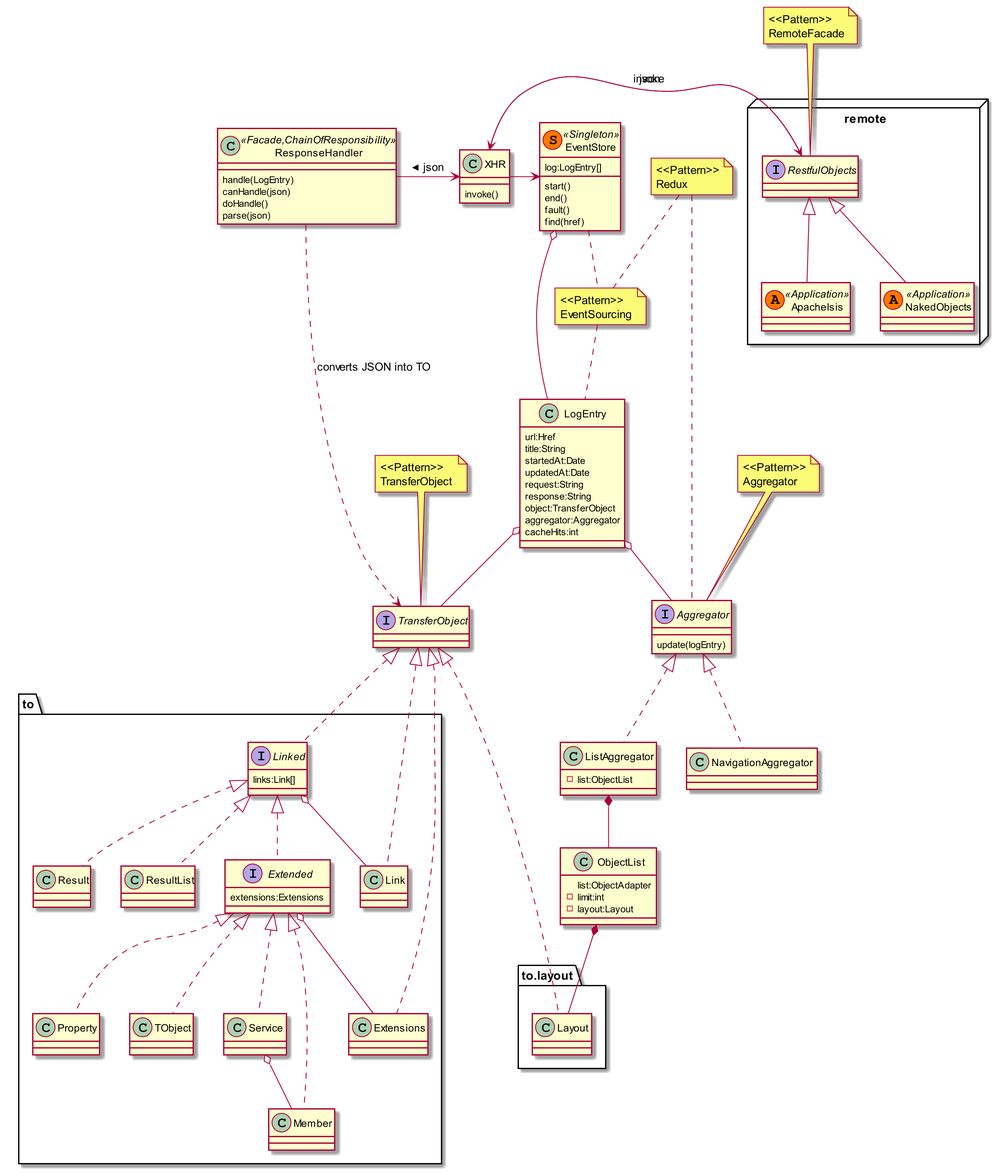
The PlantUML diagram incubator/clients/kroviz/adoc/modules/kroviz/partials/design/uml-overview.png in apache/causeway, before a commit. The source it was exported from:
```plantuml
@startuml
skinparam dpi 200


class XHR {
    invoke()
}

class EventStore<<(S,#FF7700) Singleton>> {
    log:LogEntry[]
    start()
    end()
    fault()
    find(href)
}

class LogEntry {
    url:Href
    title:String
    startedAt:Date
    updatedAt:Date
    request:String
    response:String
    object:TransferObject
    aggregator:Aggregator
    cacheHits:int
}
EventStore o-- LogEntry
LogEntry o-- TransferObject
LogEntry o-- Aggregator

class ResponseHandler<<Facade,ChainOfResponsibility>>{
    handle(LogEntry)
    canHandle(json)
    doHandle()
    parse(json)
}
ResponseHandler -> XHR : json <
ResponseHandler .> TransferObject : converts JSON into TO

XHR -> EventStore


package remote <<Node>> {
interface RestfulObjects
    class ApacheIsis<<(A, #FF7700)Application>>
    class NakedObjects<<(A, #FF7700)Application>>
}
RestfulObjects <|-- ApacheIsis
RestfulObjects <|-- NakedObjects
XHR -> RestfulObjects : invoke
XHR <- RestfulObjects : json


interface TransferObject
TransferObject <|.. to.Link
TransferObject <|.. to.Extensions
TransferObject <|.. to.layout.Layout
interface to.Linked{
    links:Link[]
}
TransferObject <|.. to.Linked
to.Linked <|.. to.Result
to.Linked <|.. to.ResultList
to.Linked <|.. to.Extended

interface to.Extended{
    extensions:Extensions
}
to.Linked o-- to.Link
to.Extended o-- to.Extensions
to.Extended <|.. to.Property
to.Extended <|.. to.TObject
to.Extended <|.. to.Service
to.Extended <|.. to.Member
to.Service o-- to.Member

interface Aggregator {
    update(logEntry)
}
class ListAggregator {
    -list:ObjectList
}
ListAggregator *-- ObjectList
Aggregator <|.. ListAggregator

class NavigationAggregator
Aggregator <|.. NavigationAggregator

class ObjectList {
    list:ObjectAdapter
    -limit:int
    -layout:Layout
}
ObjectList *-- to.layout.Layout

note "<<Pattern>>\nEventSourcing" as PES
EventStore .. PES
PES .. LogEntry

note "<<Pattern>>\nRedux" as PR
PR .. PES
PR .. Aggregator

note "<<Pattern>>\nRemoteFacade" as PRF
PRF .. RestfulObjects

note "<<Pattern>>\nTransferObject" as PTO
PTO .. TransferObject

note "<<Pattern>>\nAggregator" as PA
PA .. Aggregator
@enduml
```
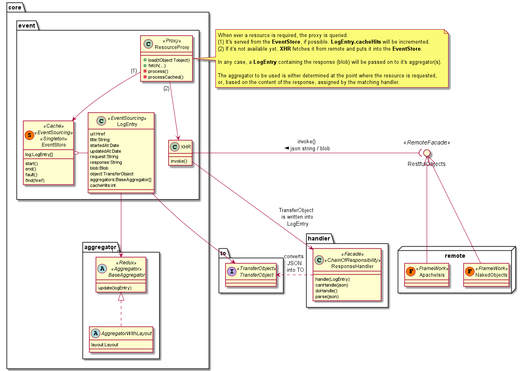
Later version of the same file.

Diff of the diagram source:
```diff
@@ -1,113 +1,89 @@
 @startuml
-skinparam dpi 200
 
-
-class XHR {
-    invoke()
+package handler {
+    class ResponseHandler<<Facade>><<ChainOfResponsibility>>{
+        handle(LogEntry)
+        canHandle(json)
+        doHandle()
+        parse(json)
+    }
 }
 
-class EventStore<<(S,#FF7700) Singleton>> {
-    log:LogEntry[]
-    start()
-    end()
-    fault()
-    find(href)
+package core {
+    package event {
+        class XHR {
+            invoke()
+        }
+        class EventStore<<Cache>><<EventSourcing>><<(S,#FF7700) Singleton>> {
+            log:LogEntry[]
+            start()
+            end()
+            fault()
+            find(href)
+        }
+        class LogEntry<<EventSourcing>> {
+            url:Href
+            title:String
+            startedAt:Date
+            updatedAt:Date
+            request:String
+            response:String
+            blob:Blob
+            object:TransferObject
+            aggregators:BaseAggregator[]
+            cacheHits:int
+        }
+        class ResourceProxy<<Proxy>> {
+            + load(tObject:Tobject)
+            + fetch(...)
+            - process()
+            - processCached()
+        }
+
+        EventStore o- LogEntry
+        ResourceProxy "(1)"--> EventStore
+        ResourceProxy "(2)"--> XHR
+    }
+
+    package aggregator {
+        abstract  BaseAggregator<<Redux>><<Aggregator>> {
+            update(logEntry)
+        }
+        abstract AggregatorWithLayout {
+            layout:Layout
+        }
+        BaseAggregator <|.. AggregatorWithLayout
+    }
 }
 
-class LogEntry {
-    url:Href
-    title:String
-    startedAt:Date
-    updatedAt:Date
-    request:String
-    response:String
-    object:TransferObject
-    aggregator:Aggregator
-    cacheHits:int
+package "to" {
+    interface TransferObject<<TransferObject>>
 }
-EventStore o-- LogEntry
-LogEntry o-- TransferObject
-LogEntry o-- Aggregator
 
-class ResponseHandler<<Facade,ChainOfResponsibility>>{
-    handle(LogEntry)
-    canHandle(json)
-    doHandle()
-    parse(json)
+XHR --> ResponseHandler : TransferObject \n is written into \n LogEntry
+LogEntry -> TransferObject
+LogEntry -->"1..n" BaseAggregator
+
+ResponseHandler .> TransferObject : converts \n JSON \n into TO
+
+circle RestfulObjects<<RemoteFacade>>
+package remote <<Node>> {
+    class ApacheIsis<<(F, #FF7700)FrameWork>>
+    class NakedObjects<<(F, #FF7700)FrameWork>>
+    RestfulObjects <|- ApacheIsis
+    RestfulObjects <|-- NakedObjects
 }
-ResponseHandler -> XHR : json <
-ResponseHandler .> TransferObject : converts JSON into TO
+XHR -( RestfulObjects : invoke() \njson string / blob <
 
-XHR -> EventStore
+note right of ResourceProxy
+When ever a resource is required, the proxy is queried.
+(1) It's served from the <b>EventStore</b>, if possible. <b>LogEntry.cacheHits</b> will be incremented.
+(2) If it's not available yet, <b>XHR</b> fetches it from remote and puts it into the <b>EventStore</b>.
 
+In any case, a <b>LogEntry</b> containing the response (blob) will be passed on to it's aggregator(s).
 
-package remote <<Node>> {
-interface RestfulObjects
-    class ApacheIsis<<(A, #FF7700)Application>>
-    class NakedObjects<<(A, #FF7700)Application>>
-}
-RestfulObjects <|-- ApacheIsis
-RestfulObjects <|-- NakedObjects
-XHR -> RestfulObjects : invoke
-XHR <- RestfulObjects : json
+The aggregator to be used is either determined at the point where the resource is requested,
+or, based on the content of the response, assigned by the matching handler.
+end note
 
-
-interface TransferObject
-TransferObject <|.. to.Link
-TransferObject <|.. to.Extensions
-TransferObject <|.. to.layout.Layout
-interface to.Linked{
-    links:Link[]
-}
-TransferObject <|.. to.Linked
-to.Linked <|.. to.Result
-to.Linked <|.. to.ResultList
-to.Linked <|.. to.Extended
-
-interface to.Extended{
-    extensions:Extensions
-}
-to.Linked o-- to.Link
-to.Extended o-- to.Extensions
-to.Extended <|.. to.Property
-to.Extended <|.. to.TObject
-to.Extended <|.. to.Service
-to.Extended <|.. to.Member
-to.Service o-- to.Member
-
-interface Aggregator {
-    update(logEntry)
-}
-class ListAggregator {
-    -list:ObjectList
-}
-ListAggregator *-- ObjectList
-Aggregator <|.. ListAggregator
-
-class NavigationAggregator
-Aggregator <|.. NavigationAggregator
-
-class ObjectList {
-    list:ObjectAdapter
-    -limit:int
-    -layout:Layout
-}
-ObjectList *-- to.layout.Layout
-
-note "<<Pattern>>\nEventSourcing" as PES
-EventStore .. PES
-PES .. LogEntry
-
-note "<<Pattern>>\nRedux" as PR
-PR .. PES
-PR .. Aggregator
-
-note "<<Pattern>>\nRemoteFacade" as PRF
-PRF .. RestfulObjects
-
-note "<<Pattern>>\nTransferObject" as PTO
-PTO .. TransferObject
-
-note "<<Pattern>>\nAggregator" as PA
-PA .. Aggregator
 @enduml
```
